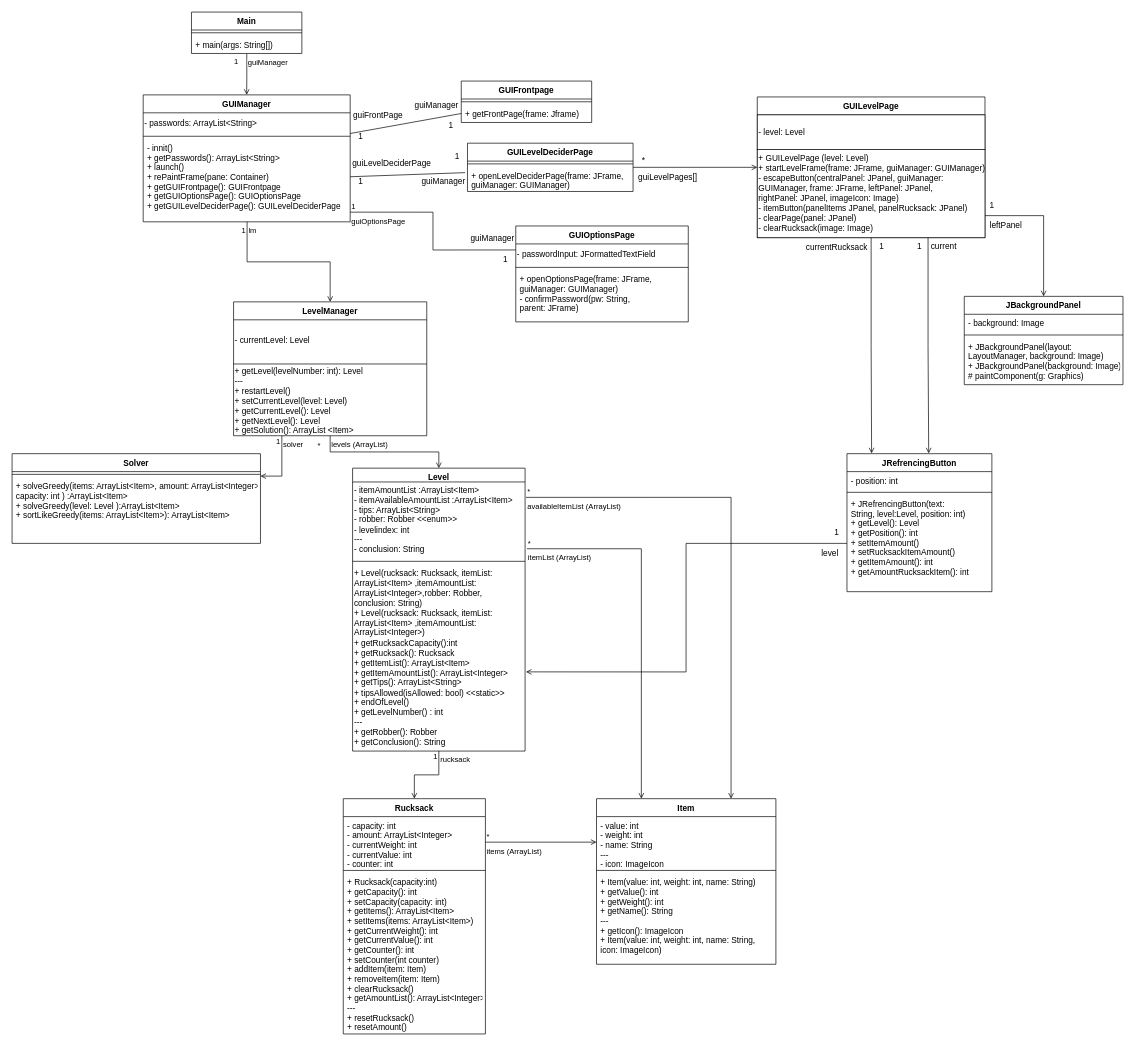
CaroReutin/Teamprojekt keeps this draw.io diagram as Klassendiagramm Plan.drawio. Above is the earlier version. Source tidied: cells renumbered, new cells numbered last; positions are measured from the earlier drawing's top-left corner, leaving out a move shared by most shapes. Both pictures are drawn from the tidied source at 69%, with x=0, y=0 at pixel (12, 12).
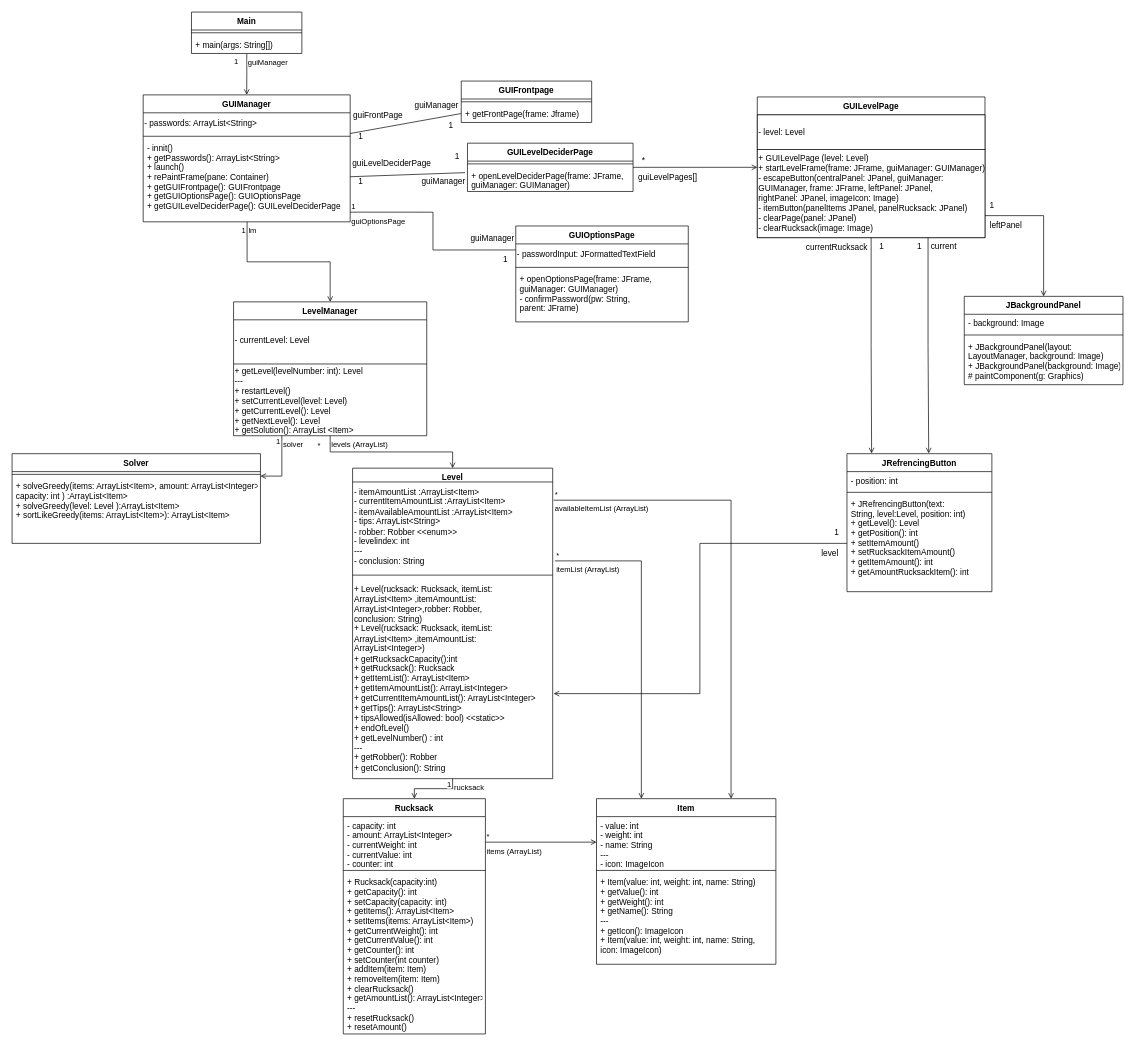
The same page after the edit.

Commit message (it also covers changes not shown here):
updated UML diagrams

The edit, as a diff of the source:
```diff
@@
     <mxCell id="20" value="Level" style="swimlane;fontStyle=1;align=center;verticalAlign=top;horizontal=1;startSize=20;" parent="1" vertex="1">
-      <mxGeometry x="493.5" y="661" width="250" height="410" as="geometry" />
+      <mxGeometry x="493.5" y="661" width="290" height="450" as="geometry" />
     </mxCell>
-    <mxCell id="21" value="- itemAmountList :ArrayList&amp;lt;Item&amp;gt;&lt;br&gt;- itemAvailableAmountList :ArrayList&amp;lt;Item&amp;gt;&lt;br&gt;- tips: ArrayList&amp;lt;String&amp;gt;&lt;br&gt;- robber: Robber &amp;lt;&amp;lt;enum&amp;gt;&amp;gt;&lt;br&gt;- levelindex: int&lt;br&gt;---&lt;br&gt;- conclusion: String" style="text;html=1;align=left;verticalAlign=middle;points=[];strokeColor=none;fillColor=none;" parent="20" vertex="1">
-      <mxGeometry y="20" width="250" height="110" as="geometry" />
+    <mxCell id="21" value="- itemAmountList :ArrayList&amp;lt;Item&amp;gt;&lt;br&gt;- currentItemAmountList :ArrayList&amp;lt;Item&amp;gt;&lt;br&gt;- itemAvailableAmountList :ArrayList&amp;lt;Item&amp;gt;&lt;br&gt;- tips: ArrayList&amp;lt;String&amp;gt;&lt;br&gt;- robber: Robber &amp;lt;&amp;lt;enum&amp;gt;&amp;gt;&lt;br&gt;- levelindex: int&lt;br&gt;---&lt;br&gt;- conclusion: String" style="text;html=1;align=left;verticalAlign=middle;points=[];strokeColor=none;fillColor=none;" parent="20" vertex="1">
+      <mxGeometry y="20" width="290" height="130" as="geometry" />
     </mxCell>
     <mxCell id="22" style="line;strokeWidth=1;fillColor=none;align=left;verticalAlign=middle;spacingTop=-1;spacingLeft=3;spacingRight=3;labelPosition=right;strokeColor=inherit;" parent="20" vertex="1">
-      <mxGeometry y="130" width="250" height="10" as="geometry" />
+      <mxGeometry y="150" width="290" height="10" as="geometry" />
     </mxCell>
-    <mxCell id="23" value="&lt;span class=&quot;pl-smi&quot;&gt;+ Level&lt;/span&gt;(r&lt;span class=&quot;pl-smi&quot;&gt;ucksack:&lt;/span&gt;&amp;nbsp;R&lt;span class=&quot;pl-s1&quot;&gt;ucksack&lt;/span&gt;,&amp;nbsp;&lt;span class=&quot;pl-s1&quot;&gt;itemList:&amp;nbsp;&lt;br&gt;&lt;span class=&quot;pl-smi&quot;&gt;ArrayList&lt;/span&gt;&amp;lt;&lt;span class=&quot;pl-smi&quot;&gt;Item&lt;/span&gt;&amp;gt;&amp;nbsp;&lt;/span&gt;,&lt;span class=&quot;pl-s1&quot;&gt;itemAmountList:&amp;nbsp;&amp;nbsp;&lt;br&gt;&lt;span class=&quot;pl-smi&quot;&gt;ArrayList&lt;/span&gt;&amp;lt;&lt;span class=&quot;pl-smi&quot;&gt;Integer&lt;/span&gt;&amp;gt;,robber: Robber, &lt;br&gt;conclusion: String&lt;/span&gt;)&lt;br&gt;&lt;span class=&quot;pl-smi&quot;&gt;+ Level&lt;/span&gt;(r&lt;span class=&quot;pl-smi&quot;&gt;ucksack:&lt;/span&gt;&amp;nbsp;R&lt;span class=&quot;pl-s1&quot;&gt;ucksack&lt;/span&gt;,&amp;nbsp;&lt;span class=&quot;pl-s1&quot;&gt;itemList:&amp;nbsp;&lt;br&gt;&lt;span class=&quot;pl-smi&quot;&gt;ArrayList&lt;/span&gt;&amp;lt;&lt;span class=&quot;pl-smi&quot;&gt;Item&lt;/span&gt;&amp;gt;&amp;nbsp;&lt;/span&gt;,&lt;span class=&quot;pl-s1&quot;&gt;itemAmountList:&amp;nbsp;&amp;nbsp;&lt;br&gt;&lt;span class=&quot;pl-smi&quot;&gt;ArrayList&lt;/span&gt;&amp;lt;&lt;span class=&quot;pl-smi&quot;&gt;Integer&lt;/span&gt;&amp;gt;&lt;/span&gt;)&lt;br&gt;&lt;span style=&quot;&quot;&gt;+ g&lt;/span&gt;&lt;span class=&quot;pl-en&quot;&gt;etRucksackCapacity&lt;/span&gt;():int&lt;br&gt;&lt;span style=&quot;&quot;&gt;+ getRucksack(): Rucksack&lt;br&gt;+ getItemList(): ArrayList&amp;lt;Item&amp;gt;&lt;br&gt;+ getItemAmountList(): ArrayList&amp;lt;Integer&amp;gt;&lt;br&gt;+ getTips(): ArrayList&amp;lt;String&amp;gt;&lt;br&gt;+ tipsAllowed(isAllowed: bool) &amp;lt;&amp;lt;static&amp;gt;&amp;gt;&lt;br&gt;+ endOfLevel()&lt;br&gt;+ getLevelNumber() : int&lt;br&gt;&lt;/span&gt;---&lt;br&gt;+ getRobber(): Robber&lt;br&gt;+ getConclusion(): String&lt;span style=&quot;&quot;&gt;&lt;br&gt;&lt;/span&gt;" style="text;html=1;align=left;verticalAlign=middle;points=[];strokeColor=none;fillColor=none;" parent="20" vertex="1">
-      <mxGeometry y="140" width="250" height="270" as="geometry" />
+    <mxCell id="23" value="&lt;span class=&quot;pl-smi&quot;&gt;+ Level&lt;/span&gt;(r&lt;span class=&quot;pl-smi&quot;&gt;ucksack:&lt;/span&gt;&amp;nbsp;R&lt;span class=&quot;pl-s1&quot;&gt;ucksack&lt;/span&gt;,&amp;nbsp;&lt;span class=&quot;pl-s1&quot;&gt;itemList:&amp;nbsp;&lt;br&gt;&lt;span class=&quot;pl-smi&quot;&gt;ArrayList&lt;/span&gt;&amp;lt;&lt;span class=&quot;pl-smi&quot;&gt;Item&lt;/span&gt;&amp;gt;&amp;nbsp;&lt;/span&gt;,&lt;span class=&quot;pl-s1&quot;&gt;itemAmountList:&amp;nbsp;&amp;nbsp;&lt;br&gt;&lt;span class=&quot;pl-smi&quot;&gt;ArrayList&lt;/span&gt;&amp;lt;&lt;span class=&quot;pl-smi&quot;&gt;Integer&lt;/span&gt;&amp;gt;,robber: Robber, &lt;br&gt;conclusion: String&lt;/span&gt;)&lt;br&gt;&lt;span class=&quot;pl-smi&quot;&gt;+ Level&lt;/span&gt;(r&lt;span class=&quot;pl-smi&quot;&gt;ucksack:&lt;/span&gt;&amp;nbsp;R&lt;span class=&quot;pl-s1&quot;&gt;ucksack&lt;/span&gt;,&amp;nbsp;&lt;span class=&quot;pl-s1&quot;&gt;itemList:&amp;nbsp;&lt;br&gt;&lt;span class=&quot;pl-smi&quot;&gt;ArrayList&lt;/span&gt;&amp;lt;&lt;span class=&quot;pl-smi&quot;&gt;Item&lt;/span&gt;&amp;gt;&amp;nbsp;&lt;/span&gt;,&lt;span class=&quot;pl-s1&quot;&gt;itemAmountList:&amp;nbsp;&amp;nbsp;&lt;br&gt;&lt;span class=&quot;pl-smi&quot;&gt;ArrayList&lt;/span&gt;&amp;lt;&lt;span class=&quot;pl-smi&quot;&gt;Integer&lt;/span&gt;&amp;gt;&lt;/span&gt;)&lt;br&gt;&lt;span style=&quot;&quot;&gt;+ g&lt;/span&gt;&lt;span class=&quot;pl-en&quot;&gt;etRucksackCapacity&lt;/span&gt;():int&lt;br&gt;&lt;span style=&quot;&quot;&gt;+ getRucksack(): Rucksack&lt;br&gt;+ getItemList(): ArrayList&amp;lt;Item&amp;gt;&lt;br&gt;+ getItemAmountList(): ArrayList&amp;lt;Integer&amp;gt;&lt;br&gt;&lt;/span&gt;+ getCurrentItemAmountList(): ArrayList&amp;lt;Integer&amp;gt;&lt;span style=&quot;&quot;&gt;&lt;br&gt;+ getTips(): ArrayList&amp;lt;String&amp;gt;&lt;br&gt;+ tipsAllowed(isAllowed: bool) &amp;lt;&amp;lt;static&amp;gt;&amp;gt;&lt;br&gt;+ endOfLevel()&lt;br&gt;+ getLevelNumber() : int&lt;br&gt;&lt;/span&gt;---&lt;br&gt;+ getRobber(): Robber&lt;br&gt;+ getConclusion(): String&lt;span style=&quot;&quot;&gt;&lt;br&gt;&lt;/span&gt;" style="text;html=1;align=left;verticalAlign=middle;points=[];strokeColor=none;fillColor=none;" parent="20" vertex="1">
+      <mxGeometry y="160" width="290" height="290" as="geometry" />
     </mxCell>
```
